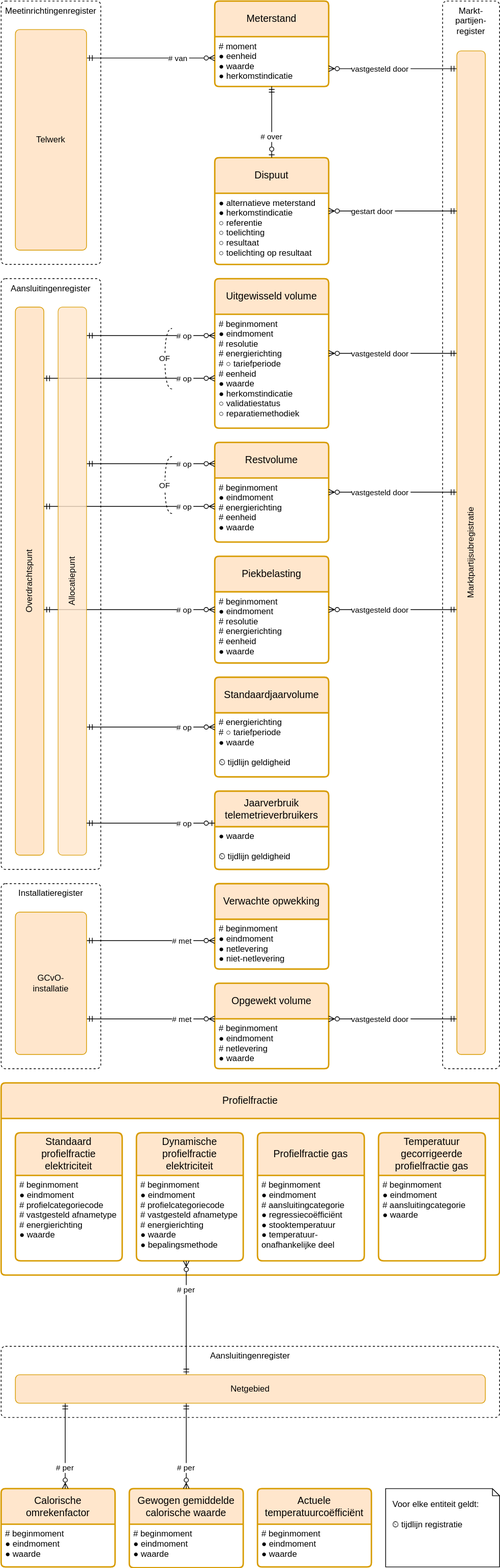
Above: registers/energie-uitwisselingsregister/1.4/energie-uitwisselingsregister.drawio.svg in Netbeheer-Nederland/stelsel (draw.io), before the change. Source tidied: cells renumbered, new cells last; positions are measured from the earlier drawing's top-left corner, leaving out a move shared by most shapes.
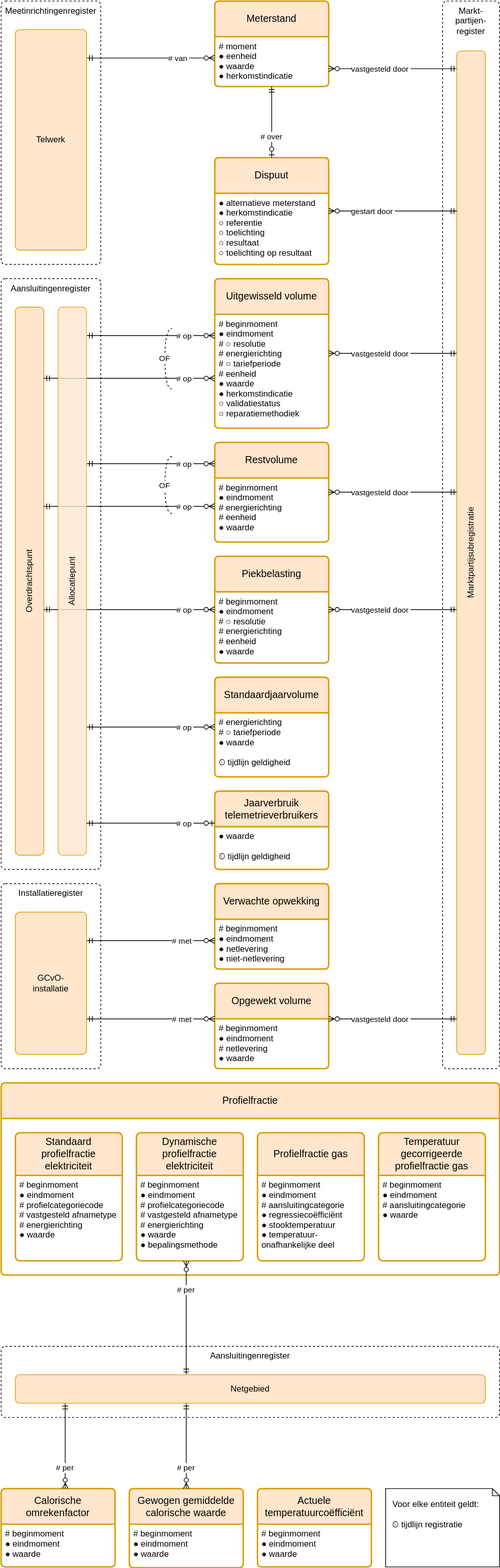
The same file after the commit.

Commit message:
resolutie-enumeratie

Diff of the diagram source:
```diff
@@ -29,7 +29,7 @@
     <mxCell id="10" value="Uitgewisseld volume" style="swimlane;horizontal=1;startSize=50;rounded=1;fontSize=14;fontStyle=0;strokeWidth=2;shadow=0;dashed=0;align=center;arcSize=4;fillColor=#ffe6cc;strokeColor=#d79b00;whiteSpace=wrap;" parent="1" vertex="1">
       <mxGeometry x="300" y="390" width="160" height="210" as="geometry" />
     </mxCell>
-    <mxCell id="11" value="# beginmoment&#10;● eindmoment&#10;# resolutie&#10;# energierichting&#10;# ○ tariefperiode&#10;# eenheid&#10;● waarde&#10;● herkomstindicatie&#10;○ validatiestatus&#10;○ reparatiemethodiek" style="align=left;strokeColor=none;fillColor=none;spacingLeft=4;fontSize=12;verticalAlign=top;" parent="10" vertex="1">
+    <mxCell id="11" value="# beginmoment&#10;● eindmoment&#10;# ○ resolutie&#10;# energierichting&#10;# ○ tariefperiode&#10;# eenheid&#10;● waarde&#10;● herkomstindicatie&#10;○ validatiestatus&#10;○ reparatiemethodiek" style="align=left;strokeColor=none;fillColor=none;spacingLeft=4;fontSize=12;verticalAlign=top;" parent="10" vertex="1">
       <mxGeometry y="50" width="160" height="160" as="geometry" />
     </mxCell>
     <mxCell id="12" value="# van" style="rounded=0;jettySize=auto;endArrow=ERmandOne;endFill=0;startArrow=ERzeroToMany;startFill=0;align=right;edgeStyle=elbowEdgeStyle;elbow=vertical;" parent="1" edge="1" source="2" target="66">
@@ -51,7 +51,7 @@
     <mxCell id="16" value="Piekbelasting" style="swimlane;horizontal=1;startSize=50;rounded=1;fontSize=14;fontStyle=0;strokeWidth=2;shadow=0;dashed=0;align=center;arcSize=4;fillColor=#ffe6cc;strokeColor=#d79b00;whiteSpace=wrap;" parent="1" vertex="1">
       <mxGeometry x="300" y="780" width="160" height="150" as="geometry" />
     </mxCell>
-    <mxCell id="17" value="# beginmoment&#10;● eindmoment&#10;# resolutie&#10;# energierichting&#10;# eenheid&#10;● waarde" style="align=left;strokeColor=none;fillColor=none;spacingLeft=4;fontSize=12;verticalAlign=top;" parent="16" vertex="1">
+    <mxCell id="17" value="# beginmoment&#10;● eindmoment&#10;# ○ resolutie&#10;# energierichting&#10;# eenheid&#10;● waarde" style="align=left;strokeColor=none;fillColor=none;spacingLeft=4;fontSize=12;verticalAlign=top;" parent="16" vertex="1">
       <mxGeometry y="50" width="160" height="100" as="geometry" />
     </mxCell>
     <mxCell id="18" value="OF" style="endArrow=none;dashed=1;rounded=0;edgeStyle=orthogonalEdgeStyle;curved=1;" parent="1" edge="1">
```
